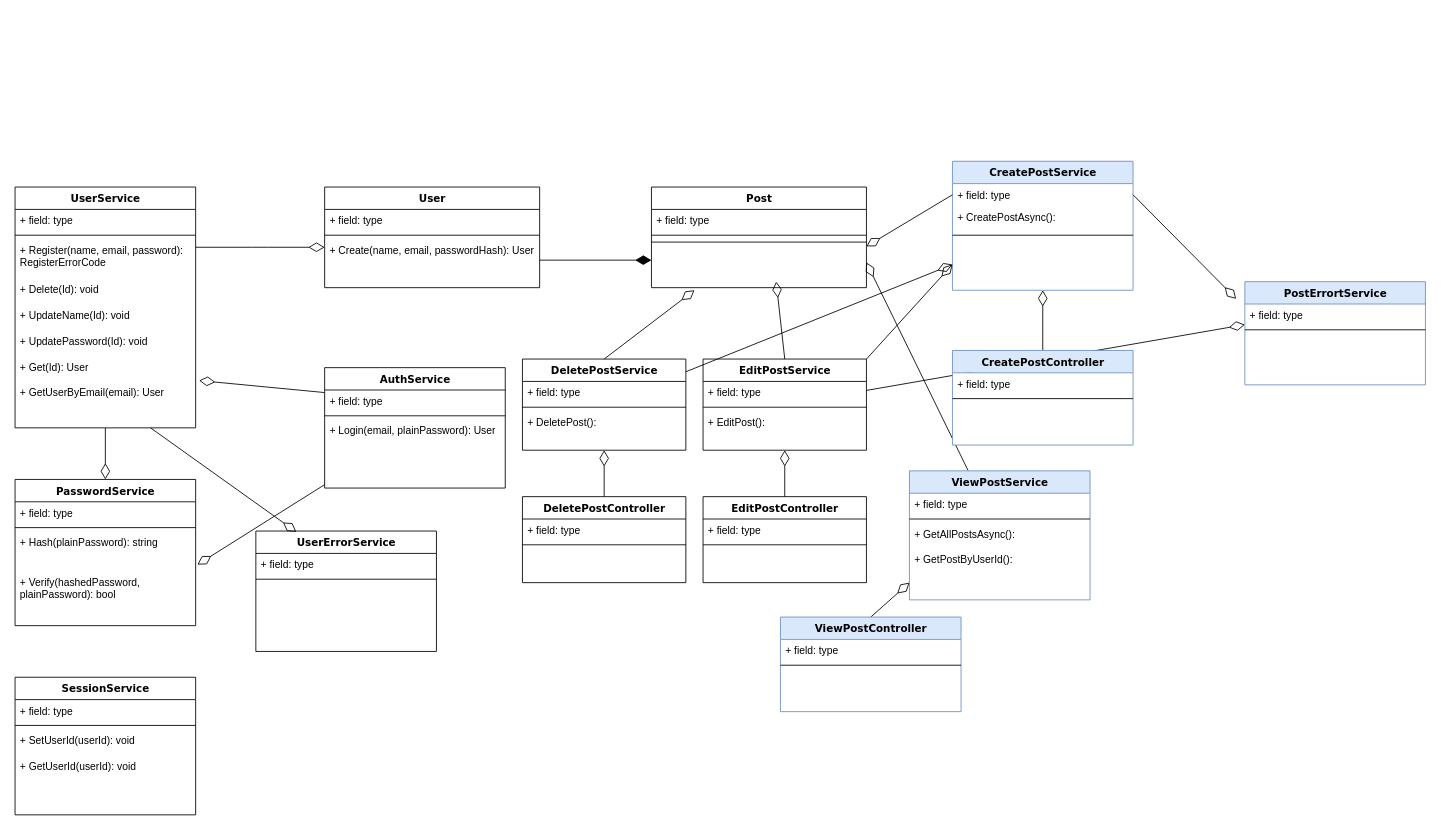
Earlier version of the draw.io diagram App/Documents/ClassDiagram.drawio (KakoFujimoto/MinTwitterApp). Source tidied: cells renumbered, new cells numbered last; positions are measured from the earlier drawing's top-left corner, leaving out a move shared by most shapes. Both pictures are drawn from the tidied source at 86%, with x=0, y=0 at pixel (15, 161).
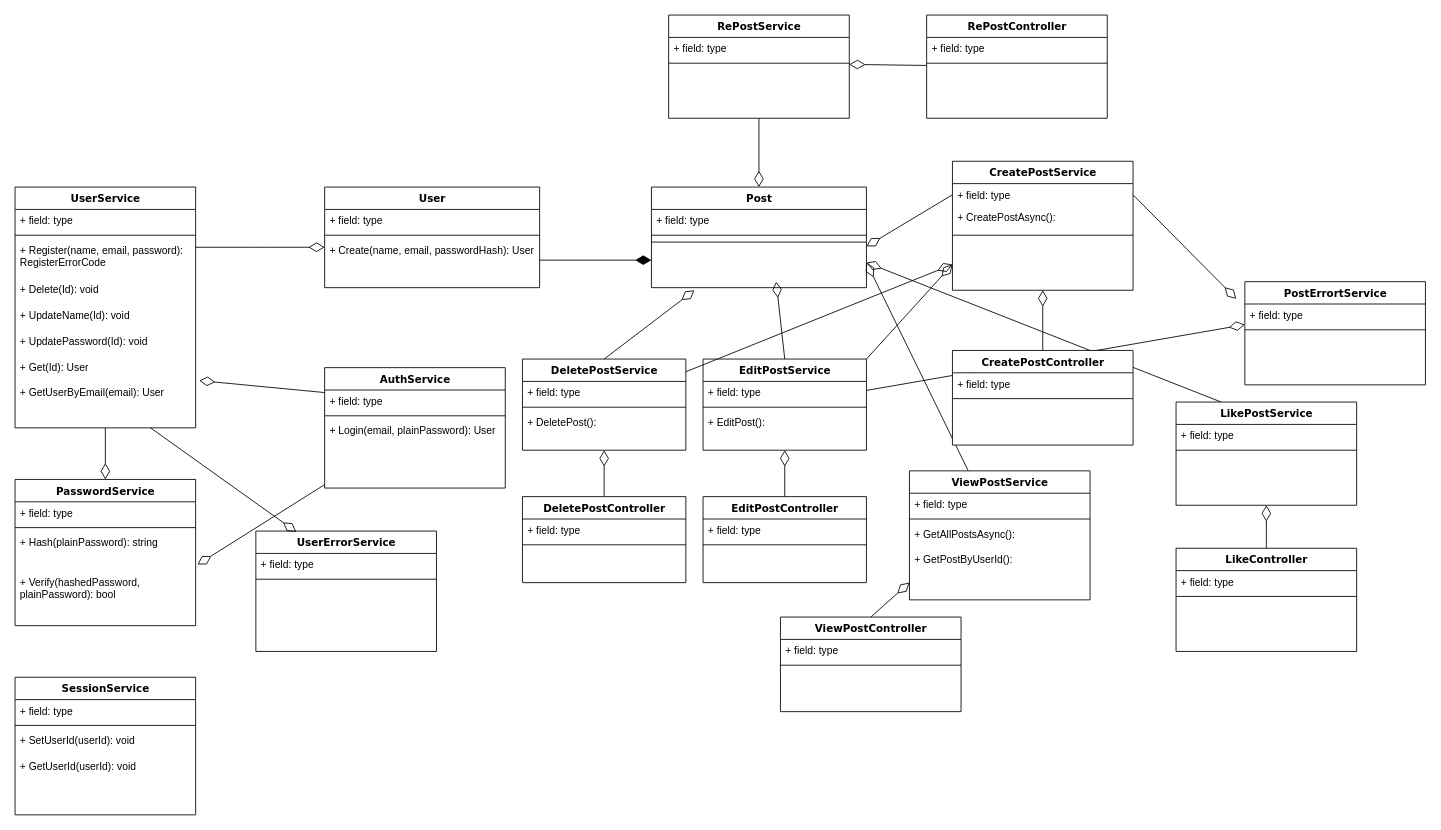
The same diagram, later.

Commit message:
クラス図にRepost関連を追加

The change refers to these unchanged cells:
```xml
<mxCell id="34" value="Post" style="swimlane;html=1;fontStyle=1;align=center;verticalAlign=top;horizontal=1;startSize=26;swimlaneFillColor=#ffffff;rounded=0;shadow=0;comic=0;labelBackgroundColor=none;strokeWidth=1;fillColor=none;fontFamily=Verdana;fontSize=12;" parent="1" vertex="1">
  <mxGeometry x="740" y="30" width="250" height="117" as="geometry" />
</mxCell>
```

Diff of the diagram source:
```diff
@@
+    <mxCell id="86" style="edgeStyle=none;html=1;exitX=0.25;exitY=0;exitDx=0;exitDy=0;entryX=1;entryY=0.75;entryDx=0;entryDy=0;endArrow=diamondThin;endFill=0;endSize=16;" parent="1" edge="1" source="87" target="34">
+      <mxGeometry relative="1" as="geometry" />
+    </mxCell>
@@
-    <mxCell id="38" value="CreatePostService" style="swimlane;html=1;fontStyle=1;align=center;verticalAlign=top;horizontal=1;startSize=26;swimlaneFillColor=#ffffff;rounded=0;shadow=0;comic=0;labelBackgroundColor=none;strokeWidth=1;fillColor=#dae8fc;fontFamily=Verdana;fontSize=12;strokeColor=#6c8ebf;" parent="1" vertex="1">
+    <mxCell id="38" value="CreatePostService" style="swimlane;html=1;fontStyle=1;align=center;verticalAlign=top;horizontal=1;startSize=26;swimlaneFillColor=#ffffff;rounded=0;shadow=0;comic=0;labelBackgroundColor=none;strokeWidth=1;fontFamily=Verdana;fontSize=12;" parent="1" vertex="1">
       <mxGeometry x="1090" width="210" height="150" as="geometry" />
     </mxCell>
@@
-    <mxCell id="67" value="ViewPostService&lt;div&gt;&lt;br&gt;&lt;/div&gt;" style="swimlane;html=1;fontStyle=1;align=center;verticalAlign=top;horizontal=1;startSize=26;swimlaneFillColor=#ffffff;rounded=0;shadow=0;comic=0;labelBackgroundColor=none;strokeWidth=1;fillColor=#dae8fc;fontFamily=Verdana;fontSize=12;strokeColor=#6c8ebf;" parent="1" vertex="1">
+    <mxCell id="67" value="ViewPostService&lt;div&gt;&lt;br&gt;&lt;/div&gt;" style="swimlane;html=1;fontStyle=1;align=center;verticalAlign=top;horizontal=1;startSize=26;swimlaneFillColor=#ffffff;rounded=0;shadow=0;comic=0;labelBackgroundColor=none;strokeWidth=1;fontFamily=Verdana;fontSize=12;" parent="1" vertex="1">
       <mxGeometry x="1040" y="360" width="210" height="150" as="geometry" />
     </mxCell>
@@
-    <mxCell id="73" value="ViewPostController" style="swimlane;html=1;fontStyle=1;align=center;verticalAlign=top;horizontal=1;startSize=26;swimlaneFillColor=#ffffff;rounded=0;shadow=0;comic=0;labelBackgroundColor=none;strokeWidth=1;fillColor=#dae8fc;fontFamily=Verdana;fontSize=12;strokeColor=#6c8ebf;" parent="1" vertex="1">
+    <mxCell id="73" value="ViewPostController" style="swimlane;html=1;fontStyle=1;align=center;verticalAlign=top;horizontal=1;startSize=26;swimlaneFillColor=#ffffff;rounded=0;shadow=0;comic=0;labelBackgroundColor=none;strokeWidth=1;fontFamily=Verdana;fontSize=12;" parent="1" vertex="1">
       <mxGeometry x="890" y="530" width="210" height="110" as="geometry" />
     </mxCell>
@@
-    <mxCell id="76" value="&lt;div&gt;PostErrortService&lt;/div&gt;" style="swimlane;html=1;fontStyle=1;align=center;verticalAlign=top;horizontal=1;startSize=26;swimlaneFillColor=#ffffff;rounded=0;shadow=0;comic=0;labelBackgroundColor=none;strokeWidth=1;fillColor=#dae8fc;fontFamily=Verdana;fontSize=12;strokeColor=#6c8ebf;" parent="1" vertex="1">
+    <mxCell id="76" value="&lt;div&gt;PostErrortService&lt;/div&gt;" style="swimlane;html=1;fontStyle=1;align=center;verticalAlign=top;horizontal=1;startSize=26;swimlaneFillColor=#ffffff;rounded=0;shadow=0;comic=0;labelBackgroundColor=none;strokeWidth=1;fontFamily=Verdana;fontSize=12;" parent="1" vertex="1">
       <mxGeometry x="1430" y="140" width="210" height="120" as="geometry" />
     </mxCell>
@@
-    <mxCell id="79" value="CreatePostController" style="swimlane;html=1;fontStyle=1;align=center;verticalAlign=top;horizontal=1;startSize=26;swimlaneFillColor=#ffffff;rounded=0;shadow=0;comic=0;labelBackgroundColor=none;strokeWidth=1;fontFamily=Verdana;fontSize=12;fillColor=#dae8fc;strokeColor=#6c8ebf;" parent="1" vertex="1">
+    <mxCell id="79" value="CreatePostController" style="swimlane;html=1;fontStyle=1;align=center;verticalAlign=top;horizontal=1;startSize=26;swimlaneFillColor=#ffffff;rounded=0;shadow=0;comic=0;labelBackgroundColor=none;strokeWidth=1;fontFamily=Verdana;fontSize=12;" parent="1" vertex="1">
       <mxGeometry x="1090" y="220" width="210" height="110" as="geometry" />
     </mxCell>
@@
+    <mxCell id="87" value="&lt;div&gt;LikePostService&lt;/div&gt;" style="swimlane;html=1;fontStyle=1;align=center;verticalAlign=top;horizontal=1;startSize=26;swimlaneFillColor=#ffffff;rounded=0;shadow=0;comic=0;labelBackgroundColor=none;strokeWidth=1;fontFamily=Verdana;fontSize=12;" parent="1" vertex="1">
+      <mxGeometry x="1350" y="280" width="210" height="120" as="geometry" />
+    </mxCell>
+    <mxCell id="88" value="+ field: type" style="text;html=1;strokeColor=none;fillColor=none;align=left;verticalAlign=top;spacingLeft=4;spacingRight=4;whiteSpace=wrap;overflow=hidden;" parent="87" vertex="1">
+      <mxGeometry y="26" width="210" height="26" as="geometry" />
+    </mxCell>
+    <mxCell id="89" style="line;html=1;strokeWidth=1;fillColor=none;align=left;verticalAlign=middle;spacingTop=-1;spacingLeft=3;spacingRight=3;labelPosition=right;" parent="87" vertex="1">
+      <mxGeometry y="52" width="210" height="8" as="geometry" />
+    </mxCell>
+    <mxCell id="90" style="edgeStyle=none;html=1;entryX=0.5;entryY=1;entryDx=0;entryDy=0;endArrow=diamondThin;endFill=0;endSize=16;" parent="1" edge="1" source="91" target="87">
+      <mxGeometry relative="1" as="geometry" />
+    </mxCell>
+    <mxCell id="91" value="&lt;div&gt;LikeController&lt;/div&gt;&lt;div&gt;&lt;br&gt;&lt;/div&gt;" style="swimlane;html=1;fontStyle=1;align=center;verticalAlign=top;horizontal=1;startSize=26;swimlaneFillColor=#ffffff;rounded=0;shadow=0;comic=0;labelBackgroundColor=none;strokeWidth=1;fontFamily=Verdana;fontSize=12;" parent="1" vertex="1">
+      <mxGeometry x="1350" y="450" width="210" height="120" as="geometry" />
+    </mxCell>
+    <mxCell id="92" value="+ field: type" style="text;html=1;strokeColor=none;fillColor=none;align=left;verticalAlign=top;spacingLeft=4;spacingRight=4;whiteSpace=wrap;overflow=hidden;" parent="91" vertex="1">
+      <mxGeometry y="26" width="210" height="26" as="geometry" />
+    </mxCell>
+    <mxCell id="93" style="line;html=1;strokeWidth=1;fillColor=none;align=left;verticalAlign=middle;spacingTop=-1;spacingLeft=3;spacingRight=3;labelPosition=right;" parent="91" vertex="1">
+      <mxGeometry y="52" width="210" height="8" as="geometry" />
+    </mxCell>
+    <mxCell id="94" style="edgeStyle=none;html=1;endArrow=diamondThin;endFill=0;endSize=16;" parent="1" edge="1" source="95" target="34">
+      <mxGeometry relative="1" as="geometry" />
+    </mxCell>
+    <mxCell id="95" value="&lt;div&gt;RePostService&lt;/div&gt;" style="swimlane;html=1;fontStyle=1;align=center;verticalAlign=top;horizontal=1;startSize=26;swimlaneFillColor=#ffffff;rounded=0;shadow=0;comic=0;labelBackgroundColor=none;strokeWidth=1;fontFamily=Verdana;fontSize=12;" parent="1" vertex="1">
+      <mxGeometry x="760" y="-170" width="210" height="120" as="geometry" />
+    </mxCell>
+    <mxCell id="96" value="+ field: type" style="text;html=1;strokeColor=none;fillColor=none;align=left;verticalAlign=top;spacingLeft=4;spacingRight=4;whiteSpace=wrap;overflow=hidden;" parent="95" vertex="1">
+      <mxGeometry y="26" width="210" height="26" as="geometry" />
+    </mxCell>
+    <mxCell id="97" style="line;html=1;strokeWidth=1;fillColor=none;align=left;verticalAlign=middle;spacingTop=-1;spacingLeft=3;spacingRight=3;labelPosition=right;points=[];portConstraint=eastwest;" parent="95" vertex="1">
+      <mxGeometry y="52" width="210" height="8" as="geometry" />
+    </mxCell>
+    <mxCell id="98" style="edgeStyle=none;html=1;endArrow=diamondThin;endFill=0;endSize=16;" parent="1" edge="1" source="99" target="97">
+      <mxGeometry relative="1" as="geometry" />
+    </mxCell>
+    <mxCell id="99" value="&lt;div&gt;RePostController&lt;/div&gt;" style="swimlane;html=1;fontStyle=1;align=center;verticalAlign=top;horizontal=1;startSize=26;swimlaneFillColor=#ffffff;rounded=0;shadow=0;comic=0;labelBackgroundColor=none;strokeWidth=1;fontFamily=Verdana;fontSize=12;" parent="1" vertex="1">
+      <mxGeometry x="1060" y="-170" width="210" height="120" as="geometry" />
+    </mxCell>
+    <mxCell id="100" value="+ field: type" style="text;html=1;strokeColor=none;fillColor=none;align=left;verticalAlign=top;spacingLeft=4;spacingRight=4;whiteSpace=wrap;overflow=hidden;" parent="99" vertex="1">
+      <mxGeometry y="26" width="210" height="26" as="geometry" />
+    </mxCell>
+    <mxCell id="101" style="line;html=1;strokeWidth=1;fillColor=none;align=left;verticalAlign=middle;spacingTop=-1;spacingLeft=3;spacingRight=3;labelPosition=right;" parent="99" vertex="1">
+      <mxGeometry y="52" width="210" height="8" as="geometry" />
+    </mxCell>
```
